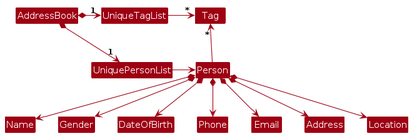
Earlier version of the PlantUML export diagrams/BetterModelClassDiagram.png (prickloll/tp). Its source is kept beside it as diagrams/BetterModelClassDiagram.puml. Its diagram source:
```plantuml
@startuml
!include style.puml
skinparam arrowThickness 1.1
skinparam arrowColor MODEL_COLOR
skinparam classBackgroundColor MODEL_COLOR

AddressBook *-right-> "1" UniquePersonList
AddressBook *-right-> "1" UniqueTagList
UniqueTagList -[hidden]down- UniquePersonList
UniqueTagList -[hidden]down- UniquePersonList

UniqueTagList -right-> "*" Tag
UniquePersonList -right-> Person

Person -up-> "*" Tag

Person *--> Name
Person *--> Gender
Person *--> DateOfBirth
Person *--> Phone
Person *--> Email
Person *--> Address
Person *--> Location
@enduml
```
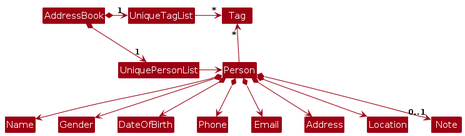
Later version of the same file.

The edit, as a diff of the source:
```diff
@@ -21,4 +21,5 @@
 Person *--> Email
 Person *--> Address
 Person *--> Location
+Person *--> "0..1" Note
 @enduml
```
